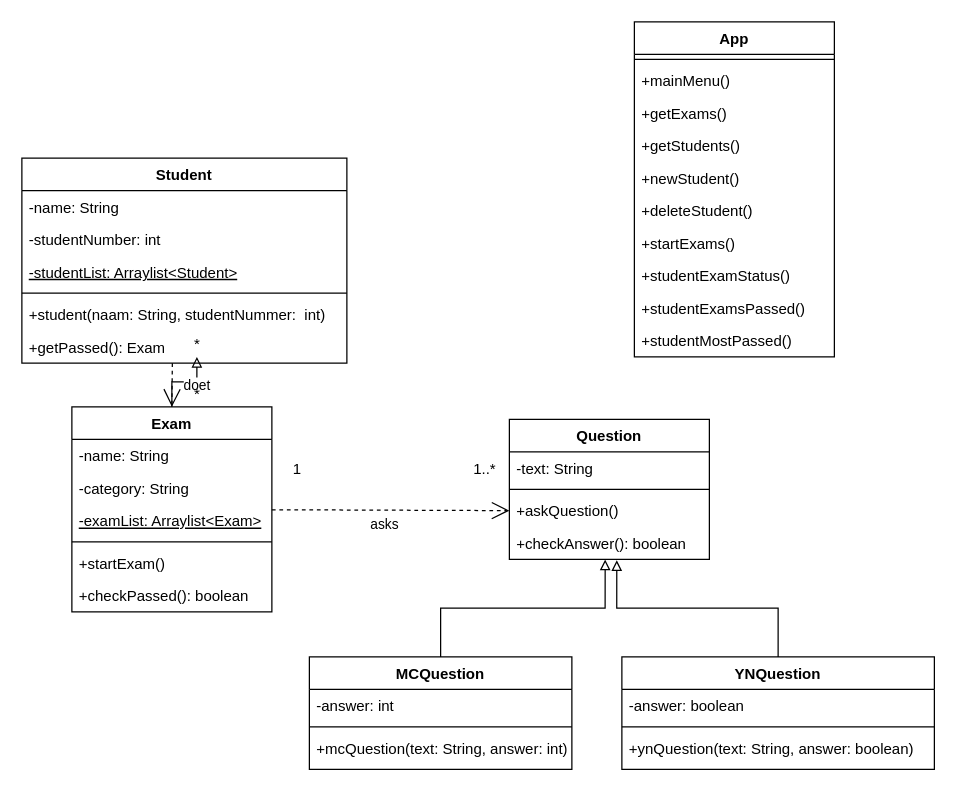
Before: UML.drawio in Studeeric/proj1, a draw.io diagram. Source tidied: cells renumbered, new cells numbered last; positions are measured from the earlier drawing's top-left corner, leaving out a move shared by most shapes. Both pictures are drawn from the tidied source at 125%, with x=0, y=0 at pixel (21, 21).
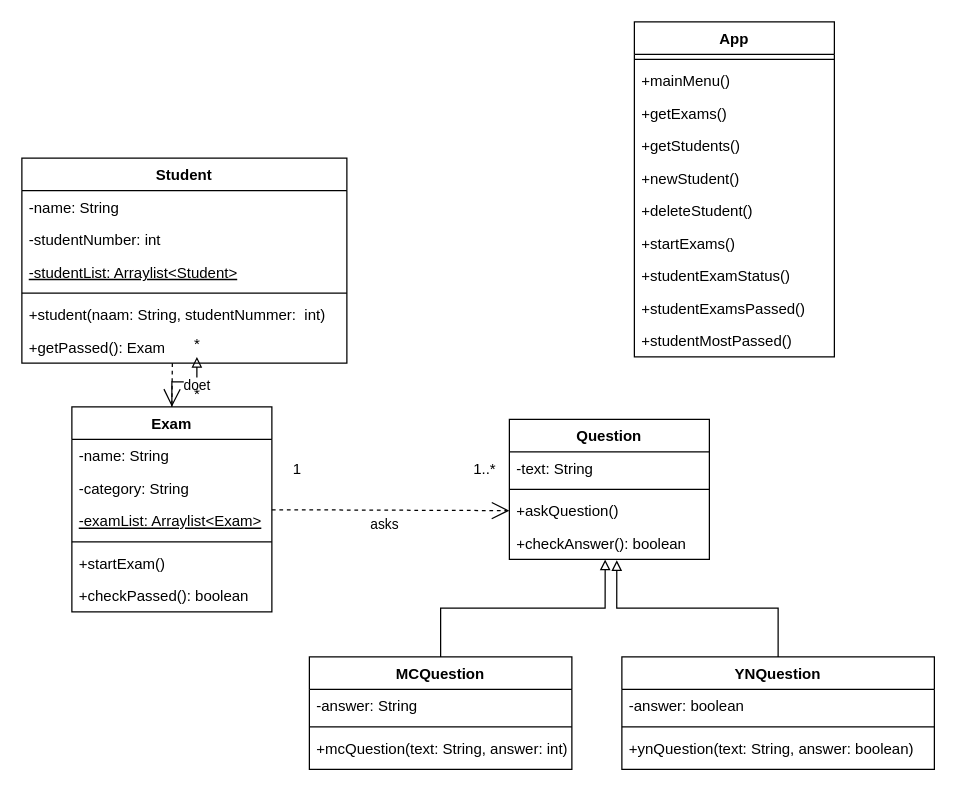
The same page after the edit.

The change refers to these unchanged cells:
```xml
<mxCell id="40" value="MCQuestion" style="swimlane;fontStyle=1;align=center;verticalAlign=top;horizontal=1;startSize=26;" parent="1" vertex="1">
  <mxGeometry x="230" y="508" width="210" height="90" as="geometry" />
</mxCell>
```

Change to the diagram source:
```diff
@@
-    <mxCell id="41" value="-answer: int" style="text;strokeColor=none;fillColor=none;align=left;verticalAlign=top;spacingLeft=4;spacingRight=4;overflow=hidden;" parent="40" vertex="1">
+    <mxCell id="41" value="-answer: String" style="text;strokeColor=none;fillColor=none;align=left;verticalAlign=top;spacingLeft=4;spacingRight=4;overflow=hidden;" parent="40" vertex="1">
       <mxGeometry y="26" width="210" height="26" as="geometry" />
     </mxCell>
```
